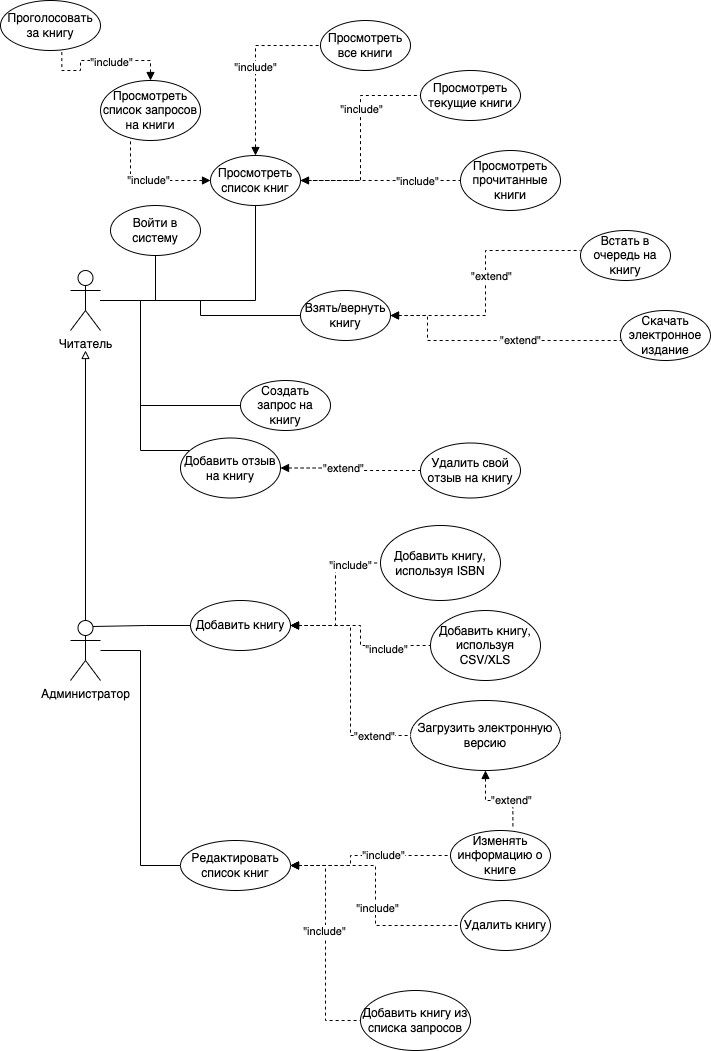
UROBOROS-fefu/lms-docs keeps this draw.io diagram as graphics/usecase-uml.png. Above is the earlier version. Source tidied: cells renumbered, new cells last; positions are measured from the earlier drawing's top-left corner, leaving out a move shared by most shapes.
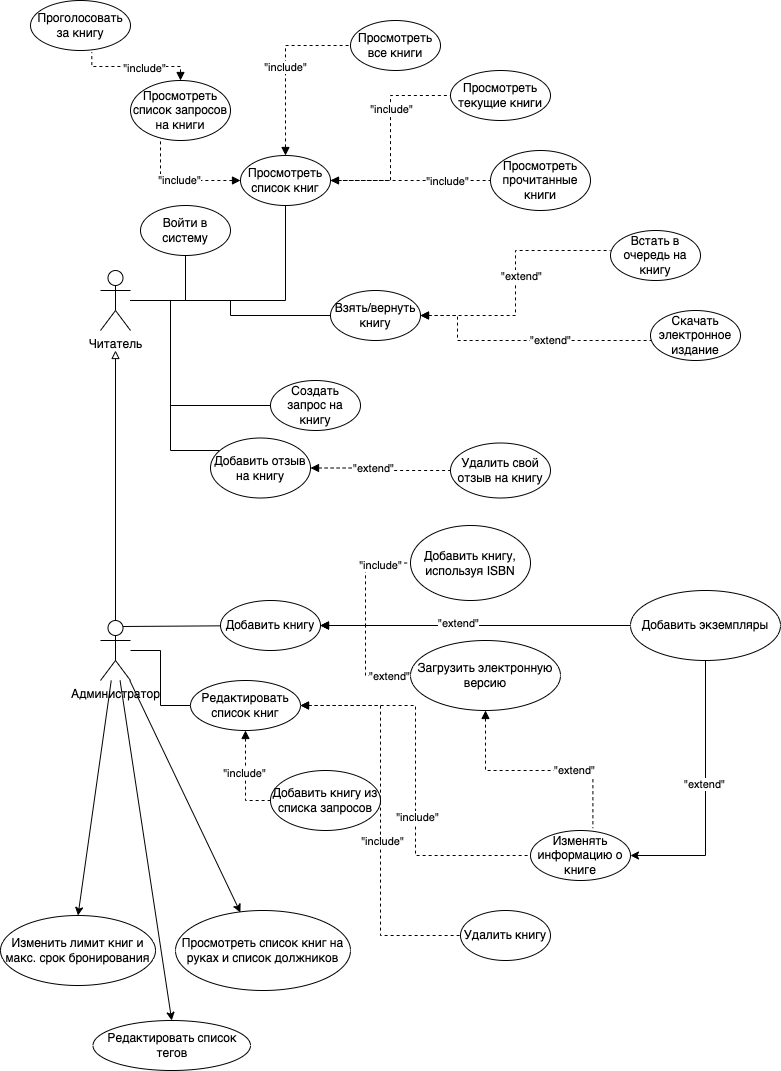
The same file after the commit.

Commit message:
upd conclusion + uml

The edit, as a diff of the source:
```diff
@@ -5,6 +5,15 @@
     <mxCell id="2" style="edgeStyle=orthogonalEdgeStyle;rounded=0;jettySize=auto;html=1;entryX=0;entryY=0.5;entryDx=0;entryDy=0;startArrow=none;startFill=0;endArrow=none;endFill=0;" parent="1" edge="1" source="3" target="56">
       <mxGeometry relative="1" as="geometry" />
     </mxCell>
+    <mxCell id="60" style="rounded=0;jettySize=auto;html=1;entryX=0.5;entryY=0;entryDx=0;entryDy=0;" parent="1" edge="1" source="3" target="68">
+      <mxGeometry relative="1" as="geometry" />
+    </mxCell>
+    <mxCell id="61" style="edgeStyle=none;rounded=0;jettySize=auto;html=1;entryX=0.371;entryY=0.025;entryDx=0;entryDy=0;entryPerimeter=0;" parent="1" edge="1" source="3" target="69">
+      <mxGeometry relative="1" as="geometry" />
+    </mxCell>
+    <mxCell id="62" style="edgeStyle=none;rounded=0;jettySize=auto;html=1;entryX=0.5;entryY=0;entryDx=0;entryDy=0;" parent="1" edge="1" source="3" target="70">
+      <mxGeometry relative="1" as="geometry" />
+    </mxCell>
     <mxCell id="3" value="Администратор" style="shape=umlActor;verticalLabelPosition=bottom;verticalAlign=top;html=1;outlineConnect=0;" parent="1" vertex="1">
       <mxGeometry x="70" y="620" width="30" height="60" as="geometry" />
     </mxCell>
@@ -89,7 +98,7 @@
     <mxCell id="25" value="Cкачать электронное издание" style="ellipse;whiteSpace=wrap;html=1;" parent="1" vertex="1">
       <mxGeometry x="620" y="310" width="90" height="50" as="geometry" />
     </mxCell>
-    <mxCell id="26" style="edgeStyle=orthogonalEdgeStyle;rounded=0;jettySize=auto;html=1;entryX=0.613;entryY=1.034;entryDx=0;entryDy=0;entryPerimeter=0;dashed=1;startArrow=block;startFill=1;endArrow=none;endFill=0;" parent="1" edge="1" source="28" target="29">
+    <mxCell id="26" style="edgeStyle=elbowEdgeStyle;rounded=0;jettySize=auto;html=1;entryX=0.613;entryY=1.034;entryDx=0;entryDy=0;entryPerimeter=0;dashed=1;startArrow=block;startFill=1;endArrow=none;endFill=0;" parent="1" edge="1" source="28" target="29">
       <mxGeometry relative="1" as="geometry" />
     </mxCell>
     <mxCell id="27" value="&quot;include&quot;" style="edgeLabel;html=1;align=center;verticalAlign=middle;" parent="26" vertex="1">
@@ -134,12 +143,6 @@
     <mxCell id="36" value="Удалить свой отзыв на книгу" style="ellipse;whiteSpace=wrap;html=1;" parent="1" vertex="1">
       <mxGeometry x="420" y="442.5" width="100" height="55" as="geometry" />
     </mxCell>
-    <mxCell id="37" style="edgeStyle=orthogonalEdgeStyle;rounded=0;jettySize=auto;html=1;entryX=0;entryY=0.5;entryDx=0;entryDy=0;dashed=1;startArrow=block;startFill=1;endArrow=none;endFill=0;" parent="1" edge="1" source="44" target="46">
-      <mxGeometry relative="1" as="geometry" />
-    </mxCell>
-    <mxCell id="38" value="&quot;include&quot;" style="edgeLabel;html=1;align=center;verticalAlign=middle;" parent="37" vertex="1">
-      <mxGeometry x="0.43" y="-3" relative="1" as="geometry" />
-    </mxCell>
     <mxCell id="39" style="edgeStyle=orthogonalEdgeStyle;rounded=0;jettySize=auto;html=1;entryX=0;entryY=0.5;entryDx=0;entryDy=0;dashed=1;startArrow=block;startFill=1;endArrow=none;endFill=0;" parent="1" edge="1" source="44" target="45">
       <mxGeometry relative="1" as="geometry" />
     </mxCell>
@@ -152,7 +155,7 @@
     <mxCell id="42" value="&quot;extend&quot;" style="edgeLabel;html=1;align=center;verticalAlign=middle;" parent="41" vertex="1">
       <mxGeometry x="0.68" relative="1" as="geometry" />
     </mxCell>
-    <mxCell id="43" style="edgeStyle=orthogonalEdgeStyle;rounded=0;jettySize=auto;html=1;entryX=0.75;entryY=0.1;entryDx=0;entryDy=0;entryPerimeter=0;startArrow=none;startFill=0;endArrow=none;endFill=0;" parent="1" edge="1" source="44" target="3">
+    <mxCell id="43" style="rounded=0;jettySize=auto;html=1;entryX=0.75;entryY=0.1;entryDx=0;entryDy=0;entryPerimeter=0;startArrow=none;startFill=0;endArrow=none;endFill=0;" parent="1" edge="1" source="44" target="3">
       <mxGeometry relative="1" as="geometry" />
     </mxCell>
     <mxCell id="44" value="Добавить книгу" style="ellipse;whiteSpace=wrap;html=1;" parent="1" vertex="1">
@@ -161,9 +164,6 @@
     <mxCell id="45" value="Добавить книгу, используя ISBN" style="ellipse;whiteSpace=wrap;html=1;" parent="1" vertex="1">
       <mxGeometry x="380" y="525" width="120" height="75" as="geometry" />
     </mxCell>
-    <mxCell id="46" value="Добавить книгу, используя CSV/XLS" style="ellipse;whiteSpace=wrap;html=1;" parent="1" vertex="1">
-      <mxGeometry x="430" y="610" width="110" height="70" as="geometry" />
-    </mxCell>
     <mxCell id="47" style="edgeStyle=orthogonalEdgeStyle;rounded=0;jettySize=auto;html=1;entryX=0.624;entryY=-0.048;entryDx=0;entryDy=0;entryPerimeter=0;dashed=1;startArrow=block;startFill=1;endArrow=none;endFill=0;" parent="1" edge="1" source="49" target="57">
       <mxGeometry relative="1" as="geometry" />
     </mxCell>
@@ -171,15 +171,10 @@
       <mxGeometry x="0.31" y="1" relative="1" as="geometry" />
     </mxCell>
     <mxCell id="49" value="Загрузить электронную версию" style="ellipse;whiteSpace=wrap;html=1;" parent="1" vertex="1">
-      <mxGeometry x="410" y="700" width="150" height="70" as="geometry" />
+      <mxGeometry x="380" y="640" width="150" height="70" as="geometry" />
     </mxCell>
-    <mxCell id="50" style="edgeStyle=orthogonalEdgeStyle;rounded=0;jettySize=auto;html=1;entryX=0;entryY=0.5;entryDx=0;entryDy=0;startArrow=block;startFill=1;endArrow=none;endFill=0;dashed=1;exitX=1;exitY=0.5;exitDx=0;exitDy=0;" parent="1" edge="1" source="56" target="57">
-      <mxGeometry relative="1" as="geometry">
-        <Array as="points">
-          <mxPoint x="350" y="865" />
-          <mxPoint x="350" y="855" />
-        </Array>
-      </mxGeometry>
+    <mxCell id="50" style="edgeStyle=elbowEdgeStyle;rounded=0;jettySize=auto;html=1;entryX=0;entryY=0.5;entryDx=0;entryDy=0;startArrow=block;startFill=1;endArrow=none;endFill=0;dashed=1;" parent="1" edge="1" source="56" target="57">
+      <mxGeometry relative="1" as="geometry" />
     </mxCell>
     <mxCell id="51" value="&quot;include&quot;" style="edgeLabel;html=1;align=center;verticalAlign=middle;" parent="50" vertex="1">
       <mxGeometry x="0.19" y="1" relative="1" as="geometry" />
@@ -190,25 +185,47 @@
     <mxCell id="53" value="&quot;include&quot;" style="edgeLabel;html=1;align=center;verticalAlign=middle;" parent="52" vertex="1">
       <mxGeometry x="0.1" y="1" relative="1" as="geometry" />
     </mxCell>
-    <mxCell id="54" style="edgeStyle=orthogonalEdgeStyle;rounded=0;jettySize=auto;html=1;entryX=0;entryY=0.5;entryDx=0;entryDy=0;dashed=1;startArrow=block;startFill=1;endArrow=none;endFill=0;" parent="1" edge="1" target="59">
-      <mxGeometry relative="1" as="geometry">
-        <mxPoint x="290" y="865" as="sourcePoint" />
-      </mxGeometry>
+    <mxCell id="54" style="edgeStyle=orthogonalEdgeStyle;rounded=0;jettySize=auto;html=1;entryX=0;entryY=0.5;entryDx=0;entryDy=0;dashed=1;startArrow=block;startFill=1;endArrow=none;endFill=0;" parent="1" edge="1" source="56" target="59">
+      <mxGeometry relative="1" as="geometry" />
     </mxCell>
     <mxCell id="55" value="&quot;include&quot;" style="edgeLabel;html=1;align=center;verticalAlign=middle;" parent="54" vertex="1">
       <mxGeometry x="-0.11" y="-2" relative="1" as="geometry" />
     </mxCell>
     <mxCell id="56" value="Редактировать список книг" style="ellipse;whiteSpace=wrap;html=1;" parent="1" vertex="1">
-      <mxGeometry x="180" y="840" width="110" height="50" as="geometry" />
+      <mxGeometry x="160" y="680" width="110" height="50" as="geometry" />
     </mxCell>
     <mxCell id="57" value="Изменять информацию о книге" style="ellipse;whiteSpace=wrap;html=1;" parent="1" vertex="1">
-      <mxGeometry x="450" y="830" width="100" height="50" as="geometry" />
+      <mxGeometry x="500" y="830" width="100" height="50" as="geometry" />
     </mxCell>
     <mxCell id="58" value="Удалить книгу" style="ellipse;whiteSpace=wrap;html=1;" parent="1" vertex="1">
-      <mxGeometry x="460" y="900" width="90" height="50" as="geometry" />
+      <mxGeometry x="430" y="910" width="90" height="50" as="geometry" />
     </mxCell>
     <mxCell id="59" value="Добавить книгу из списка запросов" style="ellipse;whiteSpace=wrap;html=1;" parent="1" vertex="1">
-      <mxGeometry x="360" y="990" width="110" height="60" as="geometry" />
+      <mxGeometry x="240" y="770" width="110" height="60" as="geometry" />
     </mxCell>
+    <mxCell id="63" style="edgeStyle=orthogonalEdgeStyle;rounded=0;jettySize=auto;html=1;" parent="1" edge="1" source="67" target="44">
+      <mxGeometry relative="1" as="geometry" />
+    </mxCell>
+    <mxCell id="64" value="&quot;extend&quot;" style="edgeLabel;html=1;align=center;verticalAlign=middle;" parent="63" vertex="1">
+      <mxGeometry x="0.12" y="-3" relative="1" as="geometry" />
+    </mxCell>
+    <mxCell id="65" style="edgeStyle=orthogonalEdgeStyle;rounded=0;jettySize=auto;html=1;entryX=1;entryY=0.5;entryDx=0;entryDy=0;" parent="1" edge="1" source="67" target="57">
+      <mxGeometry relative="1" as="geometry" />
+    </mxCell>
+    <mxCell id="66" value="&quot;extend&quot;" style="edgeLabel;html=1;align=center;verticalAlign=middle;" parent="65" vertex="1">
+      <mxGeometry x="-0.09" y="-2" relative="1" as="geometry" />
+    </mxCell>
+    <mxCell id="67" value="Добавить экземпляры" style="ellipse;whiteSpace=wrap;html=1;" parent="1" vertex="1">
+      <mxGeometry x="600" y="590" width="150" height="70" as="geometry" />
+    </mxCell>
+    <mxCell id="68" value="Изменить лимит книг и макс. срок бронирования" style="ellipse;whiteSpace=wrap;html=1;" parent="1" vertex="1">
+      <mxGeometry x="-30" y="915" width="155" height="70" as="geometry" />
+    </mxCell>
+    <mxCell id="69" value="Просмотреть список книг на руках и список должников" style="ellipse;whiteSpace=wrap;html=1;" parent="1" vertex="1">
+      <mxGeometry x="145" y="910" width="175" height="80" as="geometry" />
+    </mxCell>
+    <mxCell id="70" value="Редактировать список тегов" style="ellipse;whiteSpace=wrap;html=1;" parent="1" vertex="1">
+      <mxGeometry x="62.5" y="1020" width="157.5" height="50" as="geometry" />
+    </mxCell>
   </root>
 </mxGraphModel>
```
